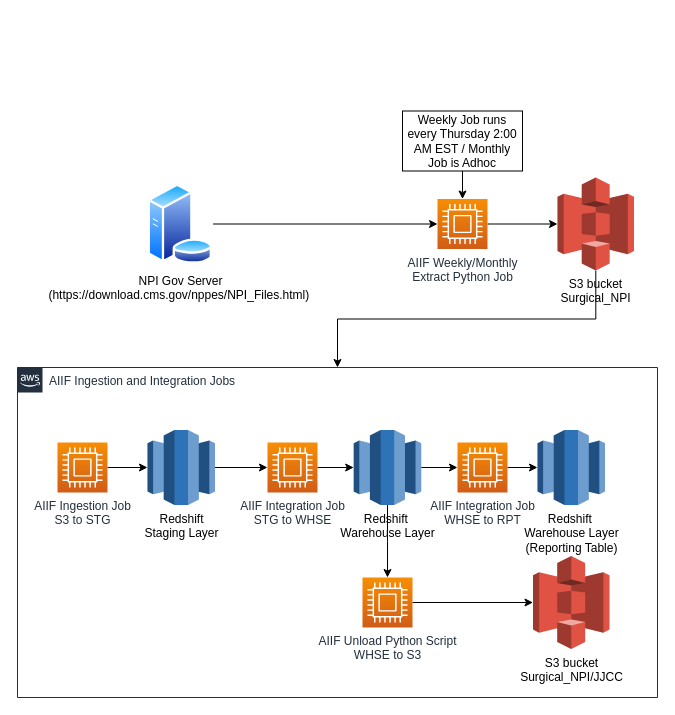
Before: Untitled Diagram.drawio in stabgan/Minimalistic-HTML-Template, a draw.io diagram. Source tidied: cells renumbered, new cells numbered last; positions are measured from the earlier drawing's top-left corner, leaving out a move shared by most shapes. Both pictures are drawn from the tidied source at 100%, with x=0, y=0 at pixel (17, 111).
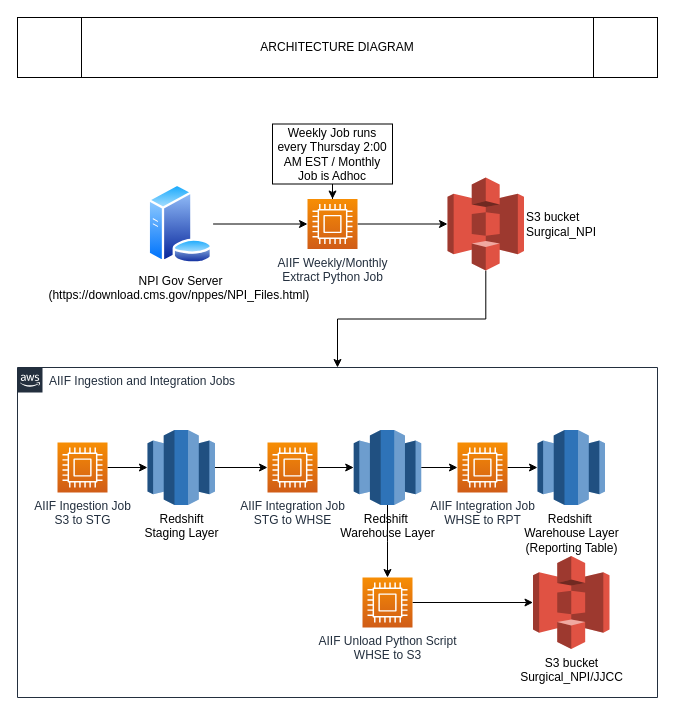
The same diagram, later.

The edit, as a diff of the source:
```diff
@@
-    <mxCell id="6" value="S3 bucket&lt;br&gt;Surgical_NPI" style="outlineConnect=0;dashed=0;verticalLabelPosition=bottom;verticalAlign=top;align=center;html=1;shape=mxgraph.aws3.s3;fillColor=#E05243;gradientColor=none;strokeColor=#000000;" parent="1" vertex="1">
-      <mxGeometry x="540" y="66" width="76.5" height="93" as="geometry" />
+    <mxCell id="6" value="S3 bucket&lt;br&gt;Surgical_NPI" style="outlineConnect=0;dashed=0;verticalLabelPosition=middle;verticalAlign=middle;align=left;html=1;shape=mxgraph.aws3.s3;fillColor=#E05243;gradientColor=none;strokeColor=#000000;labelPosition=right;" parent="1" vertex="1">
+      <mxGeometry x="430" y="66" width="76.5" height="93" as="geometry" />
     </mxCell>
@@
     <mxCell id="24" value="AIIF Weekly/Monthly &lt;br&gt;Extract Python Job" style="sketch=0;points=[[0,0,0],[0.25,0,0],[0.5,0,0],[0.75,0,0],[1,0,0],[0,1,0],[0.25,1,0],[0.5,1,0],[0.75,1,0],[1,1,0],[0,0.25,0],[0,0.5,0],[0,0.75,0],[1,0.25,0],[1,0.5,0],[1,0.75,0]];outlineConnect=0;fontColor=#232F3E;gradientColor=#F78E04;gradientDirection=north;fillColor=#D05C17;strokeColor=#ffffff;dashed=0;verticalLabelPosition=bottom;verticalAlign=top;align=center;html=1;fontSize=12;fontStyle=0;shape=mxgraph.aws4.resourceIcon;resIcon=mxgraph.aws4.compute;" parent="1" vertex="1">
-      <mxGeometry x="420" y="87.5" width="50" height="50" as="geometry" />
+      <mxGeometry x="290" y="87.5" width="50" height="50" as="geometry" />
     </mxCell>
     <mxCell id="25" value="Weekly Job runs every Thursday 2:00 AM EST / Monthly Job is Adhoc" style="whiteSpace=wrap;html=1;strokeColor=#000000;" parent="1" vertex="1">
-      <mxGeometry x="385" y="-0.5" width="120" height="60" as="geometry" />
+      <mxGeometry x="255" y="12.5" width="120" height="60" as="geometry" />
     </mxCell>
+    <mxCell id="26" value="ARCHITECTURE DIAGRAM" style="shape=process;whiteSpace=wrap;html=1;backgroundOutline=1;strokeColor=#000000;labelBackgroundColor=none;" parent="1" vertex="1">
+      <mxGeometry y="-94" width="640" height="60" as="geometry" />
+    </mxCell>
```
